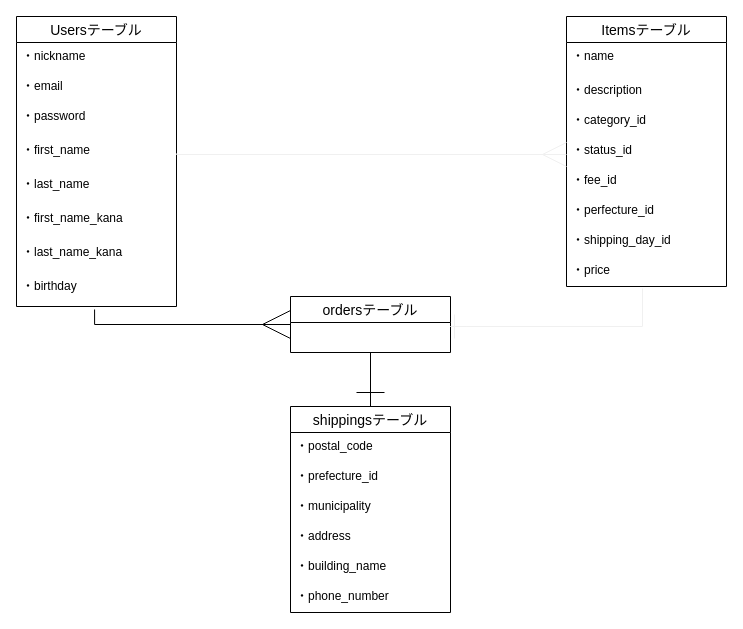
hayato-lang/furima-35487 keeps this draw.io diagram as furima.dio. Above is the earlier version. Source tidied: cells renumbered, new cells numbered last; positions are measured from the earlier drawing's top-left corner, leaving out a move shared by most shapes. Both pictures are drawn from the tidied source at 100%, with x=0, y=0 at pixel (16, 16).
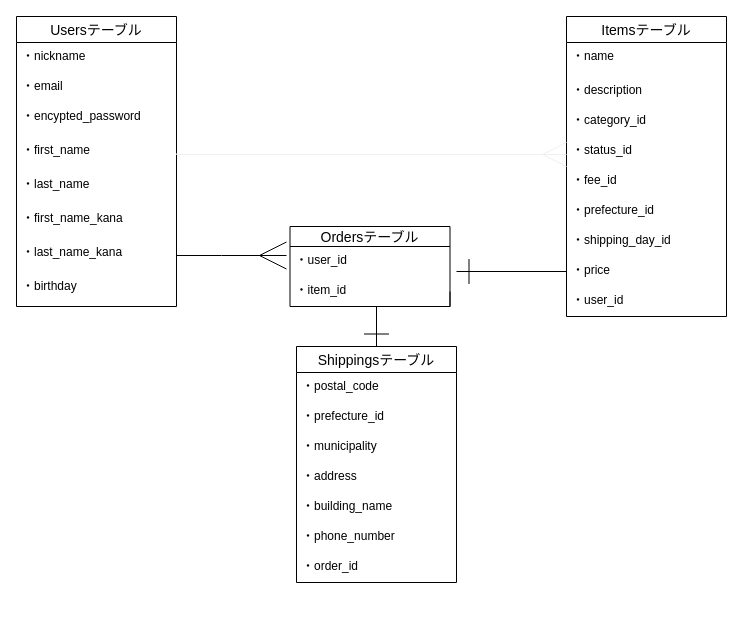
Above is the later version.

The change refers to these unchanged cells:
```xml
<mxCell id="2" value="Usersテーブル" style="swimlane;fontStyle=0;horizontal=1;startSize=26;align=center;fontSize=14;" parent="1" vertex="1">
  <mxGeometry width="160" height="290" as="geometry" />
</mxCell>
<mxCell id="9" value="・last_name_kana" style="text;strokeColor=none;fillColor=none;spacingLeft=4;spacingRight=4;overflow=hidden;points=[[0,0.5],[1,0.5]];portConstraint=eastwest;fontSize=12;" parent="2" vertex="1">
  <mxGeometry y="222" width="160" height="34" as="geometry" />
</mxCell>
<mxCell id="10" value="・birthday" style="text;strokeColor=none;fillColor=none;spacingLeft=4;spacingRight=4;overflow=hidden;points=[[0,0.5],[1,0.5]];portConstraint=eastwest;fontSize=12;" parent="2" vertex="1">
  <mxGeometry y="256" width="160" height="34" as="geometry" />
</mxCell>
<mxCell id="19" value="・price" style="text;strokeColor=none;fillColor=none;spacingLeft=4;spacingRight=4;overflow=hidden;points=[[0,0.5],[1,0.5]];portConstraint=eastwest;fontSize=12;" parent="11" vertex="1">
  <mxGeometry y="240" width="160" height="30" as="geometry" />
</mxCell>
```

What changed in the source:
```diff
@@
-    <mxCell id="5" value="・password" style="text;strokeColor=none;fillColor=none;spacingLeft=4;spacingRight=4;overflow=hidden;fontSize=12;" parent="2" vertex="1">
+    <mxCell id="5" value="・encypted_password" style="text;strokeColor=none;fillColor=none;spacingLeft=4;spacingRight=4;overflow=hidden;fontSize=12;" parent="2" vertex="1">
       <mxGeometry y="86" width="160" height="34" as="geometry" />
     </mxCell>
@@
     <mxCell id="11" value="Itemsテーブル" style="swimlane;fontStyle=0;horizontal=1;startSize=26;align=center;fontSize=14;" parent="1" vertex="1">
-      <mxGeometry x="550" width="160" height="270" as="geometry" />
+      <mxGeometry x="550" width="160" height="300" as="geometry" />
     </mxCell>
@@
-    <mxCell id="17" value="・perfecture_id" style="text;strokeColor=none;fillColor=none;spacingLeft=4;spacingRight=4;overflow=hidden;fontSize=12;" parent="11" vertex="1">
+    <mxCell id="17" value="・prefecture_id" style="text;strokeColor=none;fillColor=none;spacingLeft=4;spacingRight=4;overflow=hidden;fontSize=12;" parent="11" vertex="1">
       <mxGeometry y="180" width="160" height="30" as="geometry" />
     </mxCell>
@@
+    <mxCell id="33" value="・user_id" style="text;strokeColor=none;fillColor=none;spacingLeft=4;spacingRight=4;overflow=hidden;fontSize=12;" parent="11" vertex="1">
+      <mxGeometry y="270" width="160" height="30" as="geometry" />
+    </mxCell>
-    <mxCell id="20" style="edgeStyle=orthogonalEdgeStyle;rounded=0;jettySize=auto;html=1;exitX=0.5;exitY=1;exitDx=0;exitDy=0;endArrow=ERone;endFill=0;endSize=26;entryX=0.5;entryY=0;entryDx=0;entryDy=0;" parent="1" edge="1" source="21" target="26">
-      <mxGeometry relative="1" as="geometry" />
+    <mxCell id="20" style="edgeStyle=orthogonalEdgeStyle;rounded=0;jettySize=auto;html=1;exitX=0.5;exitY=1;exitDx=0;exitDy=0;endArrow=ERone;endFill=0;endSize=26;entryX=0.5;entryY=0;entryDx=0;entryDy=0;" parent="1" edge="1" target="26">
+      <mxGeometry relative="1" as="geometry">
+        <mxPoint x="354" y="336" as="sourcePoint" />
+      </mxGeometry>
     </mxCell>
-    <mxCell id="21" value="ordersテーブル" style="swimlane;fontStyle=0;horizontal=1;startSize=26;align=center;fontSize=14;" parent="1" vertex="1">
-      <mxGeometry x="274" y="280" width="160" height="56" as="geometry" />
-    </mxCell>
@@
-    <mxCell id="24" style="edgeStyle=orthogonalEdgeStyle;rounded=0;jettySize=auto;html=1;exitX=0.475;exitY=1.067;exitDx=0;exitDy=0;endArrow=ERone;endFill=0;endSize=22;targetPerimeterSpacing=-18;strokeColor=#f0f0f0;exitPerimeter=0;" parent="1" edge="1" source="19">
-      <mxGeometry relative="1" as="geometry">
-        <mxPoint x="450" y="310" as="targetPoint" />
-        <Array as="points">
-          <mxPoint x="626" y="310" />
-          <mxPoint x="434" y="310" />
-        </Array>
-      </mxGeometry>
-    </mxCell>
-    <mxCell id="25" style="edgeStyle=orthogonalEdgeStyle;rounded=0;jettySize=auto;html=1;entryX=0;entryY=0.5;entryDx=0;entryDy=0;exitX=0.488;exitY=1.088;exitDx=0;exitDy=0;exitPerimeter=0;endArrow=ERmany;endFill=0;endSize=26;" parent="1" edge="1" source="10" target="21">
-      <mxGeometry relative="1" as="geometry">
-        <Array as="points">
-          <mxPoint x="78" y="308" />
-        </Array>
-      </mxGeometry>
-    </mxCell>
-    <mxCell id="26" value="shippingsテーブル" style="swimlane;fontStyle=0;horizontal=1;startSize=26;align=center;fontSize=14;" parent="1" vertex="1">
-      <mxGeometry x="274" y="390" width="160" height="206" as="geometry" />
+    <mxCell id="26" value="Shippingsテーブル" style="swimlane;fontStyle=0;horizontal=1;startSize=26;align=center;fontSize=14;" parent="1" vertex="1">
+      <mxGeometry x="280" y="330" width="160" height="236" as="geometry" />
     </mxCell>
@@
+    <mxCell id="34" value="・order_id" style="text;strokeColor=none;fillColor=none;spacingLeft=4;spacingRight=4;overflow=hidden;fontSize=12;" parent="26" vertex="1">
+      <mxGeometry y="206" width="160" height="30" as="geometry" />
+    </mxCell>
+    <mxCell id="35" value="Ordersテーブル" style="swimlane;fontStyle=0;horizontal=1;startSize=20;align=center;fontSize=14;" parent="1" vertex="1">
+      <mxGeometry x="273.5" y="210" width="160" height="80" as="geometry" />
+    </mxCell>
+    <mxCell id="36" value="・user_id" style="text;strokeColor=none;fillColor=none;spacingLeft=4;spacingRight=4;overflow=hidden;fontSize=12;" parent="35" vertex="1">
+      <mxGeometry y="20" width="160" height="30" as="geometry" />
+    </mxCell>
+    <mxCell id="37" value="・item_id" style="text;strokeColor=none;fillColor=none;spacingLeft=4;spacingRight=4;overflow=hidden;points=[[0,0.5],[1,0.5]];portConstraint=eastwest;fontSize=12;" parent="35" vertex="1">
+      <mxGeometry y="50" width="160" height="30" as="geometry" />
+    </mxCell>
+    <mxCell id="38" style="edgeStyle=orthogonalEdgeStyle;rounded=0;jettySize=auto;html=1;exitX=1;exitY=0.5;exitDx=0;exitDy=0;shadow=0;endArrow=ERmany;endFill=0;endSize=25;" parent="1" edge="1" source="9">
+      <mxGeometry relative="1" as="geometry">
+        <mxPoint x="270" y="239" as="targetPoint" />
+      </mxGeometry>
+    </mxCell>
+    <mxCell id="39" style="edgeStyle=orthogonalEdgeStyle;rounded=0;jettySize=auto;html=1;exitX=0;exitY=0.5;exitDx=0;exitDy=0;jumpSize=25;endArrow=ERone;endFill=0;endSize=23;" parent="1" edge="1" source="19">
+      <mxGeometry relative="1" as="geometry">
+        <mxPoint x="440" y="255" as="targetPoint" />
+      </mxGeometry>
+    </mxCell>
+    <mxCell id="40" style="edgeStyle=orthogonalEdgeStyle;rounded=0;jumpSize=25;jettySize=auto;html=1;exitX=1;exitY=0.5;exitDx=0;exitDy=0;entryX=0.5;entryY=0;entryDx=0;entryDy=0;endArrow=ERone;endFill=0;endSize=23;" parent="1" edge="1" source="37" target="26">
+      <mxGeometry relative="1" as="geometry">
+        <Array as="points">
+          <mxPoint x="434" y="290" />
+          <mxPoint x="360" y="290" />
+        </Array>
+      </mxGeometry>
+    </mxCell>
```
